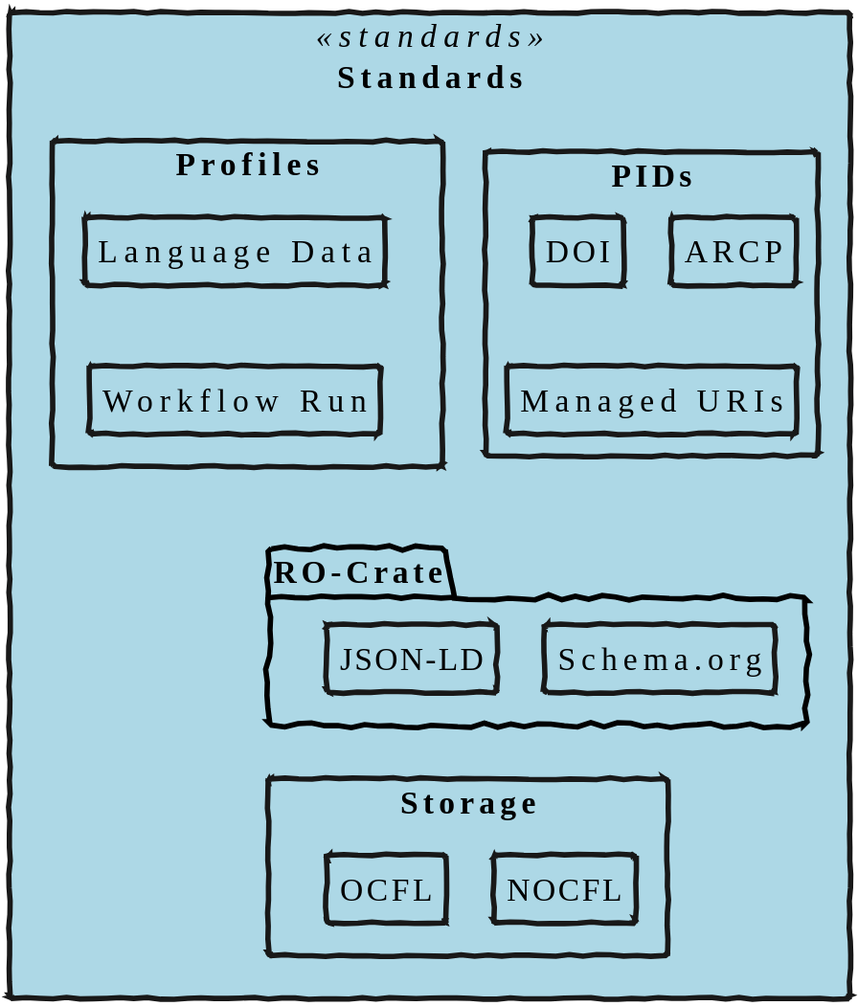
Earlier version of the PlantUML export generic/standards-components.svg (Language-Research-Technology/plantuml-diagrams).
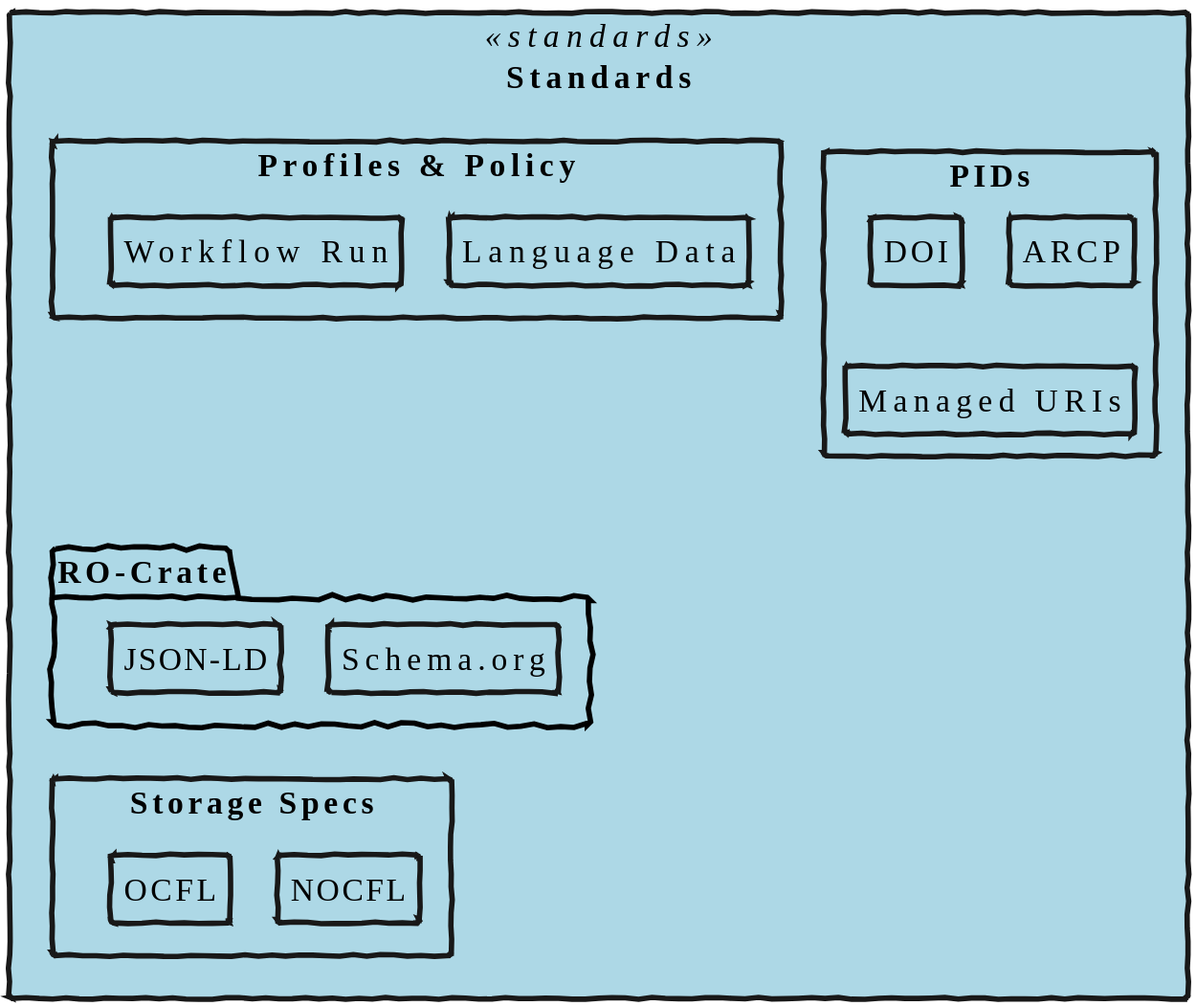
After the change.

The edit, as a diff of the source:
```diff
@@ -9,7 +9,7 @@
         rectangle "JSON-LD"
     }
 
-     rectangle "Storage" as sstorage {
+     rectangle "Storage Specs" as sstorage {
         rectangle "OCFL"
         rectangle "NOCFL"
     }
@@ -20,10 +20,9 @@
       rectangle "ARCP"
       rectangle "Managed URIs"
     }
-    rectangle "Profiles" {
+    rectangle "Profiles & Policy" as Profiles {
         rectangle "Language Data" as ldac
         rectangle "Workflow Run" as wr
-        ldac -down[hidden]-> wr
     }
     Profiles --down[hidden]--> ro
     ro -down[hidden]-> sstorage
```
